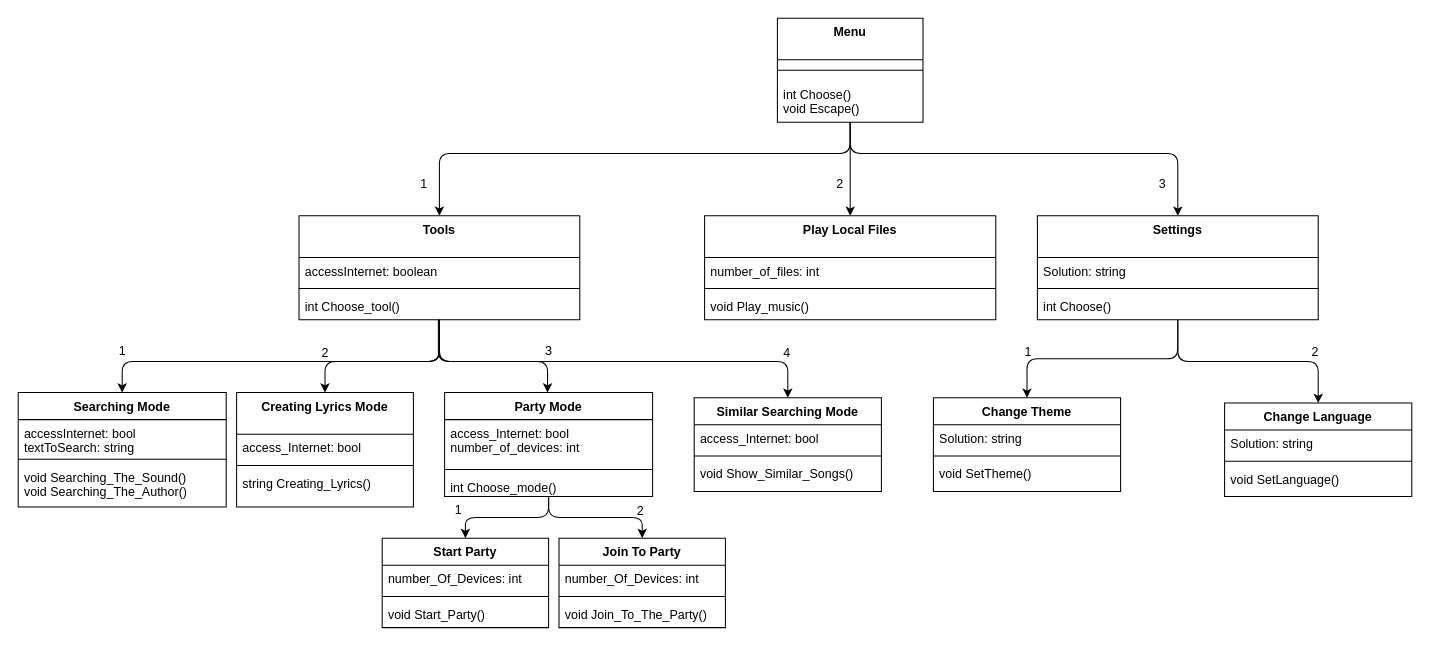
Before: Untitled Diagram.drawio in 9z9z9z9z/LAB_7, a draw.io diagram. Source tidied: cells renumbered, new cells numbered last; positions are measured from the earlier drawing's top-left corner, leaving out a move shared by most shapes. Both pictures are drawn from the tidied source at 104%, with x=0, y=0 at pixel (18, 18).
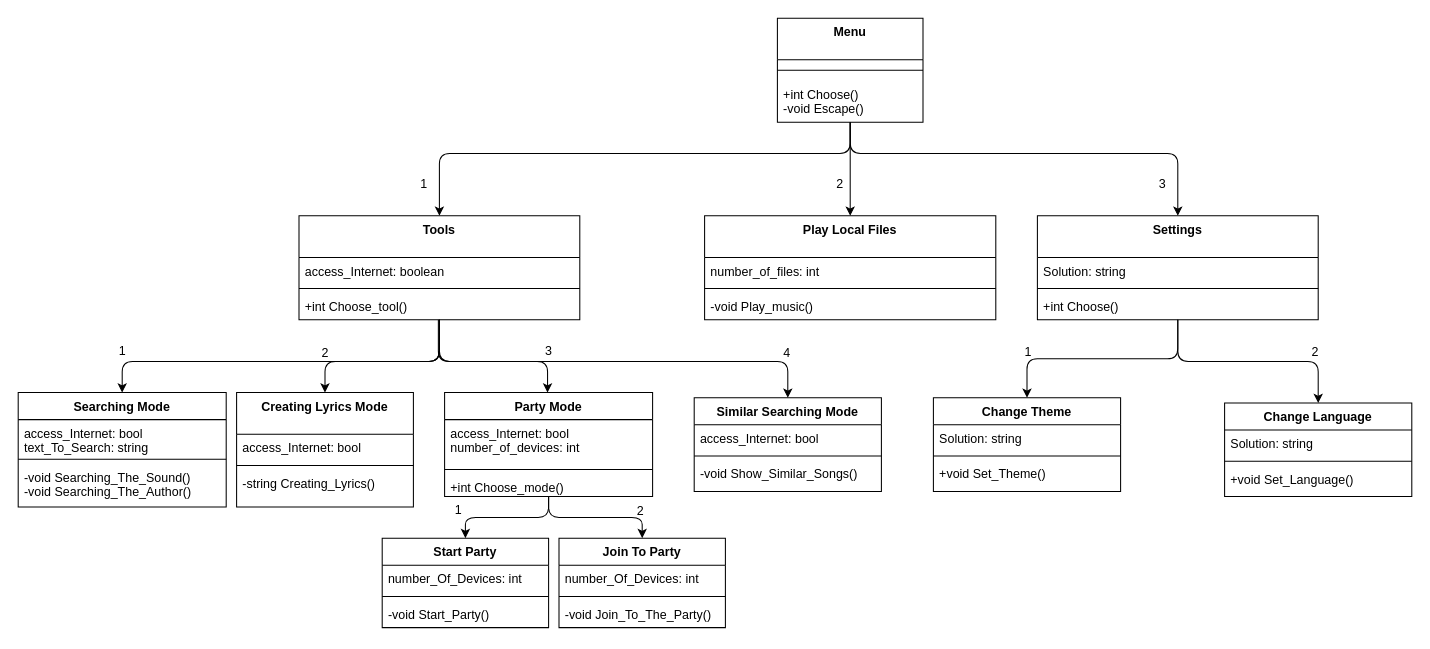
The same diagram, later.

Unchanged cells that the change refers to:
```xml
<mxCell id="4" value="Party Mode" style="swimlane;fontStyle=1;align=center;verticalAlign=top;horizontal=1;startSize=26;" parent="1" vertex="1">
  <mxGeometry x="410" y="360" width="200" height="100" as="geometry" />
</mxCell>
<mxCell id="8" value="Start Party" style="swimlane;fontStyle=1;align=center;verticalAlign=top;horizontal=1;startSize=26;" parent="1" vertex="1">
  <mxGeometry x="350" y="500" width="160" height="86" as="geometry" />
</mxCell>
<mxCell id="12" value="Join To Party" style="swimlane;fontStyle=1;align=center;verticalAlign=top;horizontal=1;startSize=26;" parent="1" vertex="1">
  <mxGeometry x="520" y="500" width="160" height="86" as="geometry" />
</mxCell>
<mxCell id="16" value="Searching Mode" style="swimlane;fontStyle=1;align=center;verticalAlign=top;horizontal=1;startSize=26;" parent="1" vertex="1">
  <mxGeometry y="360" width="200" height="110" as="geometry" />
</mxCell>
<mxCell id="20" value="Similar Searching Mode" style="swimlane;fontStyle=1;align=center;verticalAlign=top;horizontal=1;startSize=26;" parent="1" vertex="1">
  <mxGeometry x="650" y="365" width="180" height="90" as="geometry" />
</mxCell>
<mxCell id="24" value="Creating Lyrics Mode" style="swimlane;fontStyle=1;align=center;verticalAlign=top;horizontal=1;startSize=40;" parent="1" vertex="1">
  <mxGeometry x="210" y="360" width="170" height="110" as="geometry" />
</mxCell>
<mxCell id="32" value="Tools" style="swimlane;fontStyle=1;align=center;verticalAlign=top;horizontal=1;startSize=40;" parent="1" vertex="1">
  <mxGeometry x="270" y="190" width="270" height="100" as="geometry" />
</mxCell>
<mxCell id="36" value="Play Local Files" style="swimlane;fontStyle=1;align=center;verticalAlign=top;horizontal=1;startSize=40;" parent="1" vertex="1">
  <mxGeometry x="660" y="190" width="280" height="100" as="geometry" />
</mxCell>
<mxCell id="43" value="Menu" style="swimlane;fontStyle=1;align=center;verticalAlign=top;horizontal=1;startSize=40;" parent="1" vertex="1">
  <mxGeometry x="730" width="140" height="100" as="geometry" />
</mxCell>
<mxCell id="48" value="Settings" style="swimlane;fontStyle=1;align=center;verticalAlign=top;horizontal=1;startSize=40;" parent="1" vertex="1">
  <mxGeometry x="980" y="190" width="270" height="100" as="geometry" />
</mxCell>
<mxCell id="52" value="Change Theme" style="swimlane;fontStyle=1;align=center;verticalAlign=top;horizontal=1;startSize=26;" parent="1" vertex="1">
  <mxGeometry x="880" y="365" width="180" height="90" as="geometry" />
</mxCell>
<mxCell id="56" value="Change Language" style="swimlane;fontStyle=1;align=center;verticalAlign=top;horizontal=1;startSize=26;" parent="1" vertex="1">
  <mxGeometry x="1160" y="370" width="180" height="90" as="geometry" />
</mxCell>
```

What changed in the source:
```diff
@@
-    <mxCell id="7" value="int Choose_mode()" style="text;strokeColor=none;fillColor=none;align=left;verticalAlign=top;spacingLeft=4;spacingRight=4;overflow=hidden;" parent="4" vertex="1">
+    <mxCell id="7" value="+int Choose_mode()" style="text;strokeColor=none;fillColor=none;align=left;verticalAlign=top;spacingLeft=4;spacingRight=4;overflow=hidden;" parent="4" vertex="1">
       <mxGeometry y="78" width="200" height="22" as="geometry" />
     </mxCell>
@@
-    <mxCell id="11" value="void Start_Party()" style="text;strokeColor=none;fillColor=none;align=left;verticalAlign=top;spacingLeft=4;spacingRight=4;overflow=hidden;" parent="8" vertex="1">
+    <mxCell id="11" value="-void Start_Party()" style="text;strokeColor=none;fillColor=none;align=left;verticalAlign=top;spacingLeft=4;spacingRight=4;overflow=hidden;" parent="8" vertex="1">
       <mxGeometry y="60" width="160" height="26" as="geometry" />
     </mxCell>
@@
-    <mxCell id="15" value="void Join_To_The_Party()" style="text;strokeColor=none;fillColor=none;align=left;verticalAlign=top;spacingLeft=4;spacingRight=4;overflow=hidden;" parent="12" vertex="1">
+    <mxCell id="15" value="-void Join_To_The_Party()" style="text;strokeColor=none;fillColor=none;align=left;verticalAlign=top;spacingLeft=4;spacingRight=4;overflow=hidden;" parent="12" vertex="1">
       <mxGeometry y="60" width="160" height="26" as="geometry" />
     </mxCell>
@@
-    <mxCell id="17" value="accessInternet: bool&#10;textToSearch: string" style="text;strokeColor=none;fillColor=none;align=left;verticalAlign=top;spacingLeft=4;spacingRight=4;overflow=hidden;" parent="16" vertex="1">
+    <mxCell id="17" value="access_Internet: bool&#10;text_To_Search: string" style="text;strokeColor=none;fillColor=none;align=left;verticalAlign=top;spacingLeft=4;spacingRight=4;overflow=hidden;" parent="16" vertex="1">
       <mxGeometry y="26" width="200" height="34" as="geometry" />
     </mxCell>
@@
-    <mxCell id="19" value="void Searching_The_Sound()&#10;void Searching_The_Author()" style="text;strokeColor=none;fillColor=none;align=left;verticalAlign=top;spacingLeft=4;spacingRight=4;overflow=hidden;" parent="16" vertex="1">
+    <mxCell id="19" value="-void Searching_The_Sound()&#10;-void Searching_The_Author()" style="text;strokeColor=none;fillColor=none;align=left;verticalAlign=top;spacingLeft=4;spacingRight=4;overflow=hidden;" parent="16" vertex="1">
       <mxGeometry y="68" width="200" height="42" as="geometry" />
     </mxCell>
@@
-    <mxCell id="23" value="void Show_Similar_Songs()" style="text;strokeColor=none;fillColor=none;align=left;verticalAlign=top;spacingLeft=4;spacingRight=4;overflow=hidden;" parent="20" vertex="1">
+    <mxCell id="23" value="-void Show_Similar_Songs()" style="text;strokeColor=none;fillColor=none;align=left;verticalAlign=top;spacingLeft=4;spacingRight=4;overflow=hidden;" parent="20" vertex="1">
       <mxGeometry y="60" width="180" height="30" as="geometry" />
     </mxCell>
@@
-    <mxCell id="27" value="string Creating_Lyrics()" style="text;strokeColor=none;fillColor=none;align=left;verticalAlign=top;spacingLeft=4;spacingRight=4;overflow=hidden;" parent="24" vertex="1">
+    <mxCell id="27" value="-string Creating_Lyrics()" style="text;strokeColor=none;fillColor=none;align=left;verticalAlign=top;spacingLeft=4;spacingRight=4;overflow=hidden;" parent="24" vertex="1">
       <mxGeometry y="74" width="170" height="36" as="geometry" />
     </mxCell>
@@
-    <mxCell id="33" value="accessInternet: boolean" style="text;strokeColor=none;fillColor=none;align=left;verticalAlign=top;spacingLeft=4;spacingRight=4;overflow=hidden;" parent="32" vertex="1">
+    <mxCell id="33" value="access_Internet: boolean" style="text;strokeColor=none;fillColor=none;align=left;verticalAlign=top;spacingLeft=4;spacingRight=4;overflow=hidden;" parent="32" vertex="1">
       <mxGeometry y="40" width="270" height="26" as="geometry" />
     </mxCell>
@@
-    <mxCell id="35" value="int Choose_tool()" style="text;strokeColor=none;fillColor=none;align=left;verticalAlign=top;spacingLeft=4;spacingRight=4;overflow=hidden;" parent="32" vertex="1">
+    <mxCell id="35" value="+int Choose_tool()" style="text;strokeColor=none;fillColor=none;align=left;verticalAlign=top;spacingLeft=4;spacingRight=4;overflow=hidden;" parent="32" vertex="1">
       <mxGeometry y="74" width="270" height="26" as="geometry" />
     </mxCell>
@@
-    <mxCell id="39" value="void Play_music()&#10;&#10;&#10;" style="text;strokeColor=none;fillColor=none;align=left;verticalAlign=top;spacingLeft=4;spacingRight=4;overflow=hidden;" parent="36" vertex="1">
+    <mxCell id="39" value="-void Play_music()&#10;&#10;&#10;" style="text;strokeColor=none;fillColor=none;align=left;verticalAlign=top;spacingLeft=4;spacingRight=4;overflow=hidden;" parent="36" vertex="1">
       <mxGeometry y="74" width="280" height="26" as="geometry" />
     </mxCell>
@@
-    <mxCell id="45" value="int Choose()&#10;void Escape()" style="text;strokeColor=none;fillColor=none;align=left;verticalAlign=top;spacingLeft=4;spacingRight=4;overflow=hidden;" parent="43" vertex="1">
+    <mxCell id="45" value="+int Choose()&#10;-void Escape()" style="text;strokeColor=none;fillColor=none;align=left;verticalAlign=top;spacingLeft=4;spacingRight=4;overflow=hidden;" parent="43" vertex="1">
       <mxGeometry y="60" width="140" height="40" as="geometry" />
     </mxCell>
@@
-    <mxCell id="51" value="int Choose()" style="text;strokeColor=none;fillColor=none;align=left;verticalAlign=top;spacingLeft=4;spacingRight=4;overflow=hidden;" parent="48" vertex="1">
+    <mxCell id="51" value="+int Choose()" style="text;strokeColor=none;fillColor=none;align=left;verticalAlign=top;spacingLeft=4;spacingRight=4;overflow=hidden;" parent="48" vertex="1">
       <mxGeometry y="74" width="270" height="26" as="geometry" />
     </mxCell>
@@
-    <mxCell id="55" value="void SetTheme()" style="text;strokeColor=none;fillColor=none;align=left;verticalAlign=top;spacingLeft=4;spacingRight=4;overflow=hidden;" parent="52" vertex="1">
+    <mxCell id="55" value="+void Set_Theme()" style="text;strokeColor=none;fillColor=none;align=left;verticalAlign=top;spacingLeft=4;spacingRight=4;overflow=hidden;" parent="52" vertex="1">
       <mxGeometry y="60" width="180" height="30" as="geometry" />
     </mxCell>
@@
-    <mxCell id="59" value="void SetLanguage()" style="text;strokeColor=none;fillColor=none;align=left;verticalAlign=top;spacingLeft=4;spacingRight=4;overflow=hidden;" parent="56" vertex="1">
+    <mxCell id="59" value="+void Set_Language()" style="text;strokeColor=none;fillColor=none;align=left;verticalAlign=top;spacingLeft=4;spacingRight=4;overflow=hidden;" parent="56" vertex="1">
       <mxGeometry y="60" width="180" height="30" as="geometry" />
     </mxCell>
```
